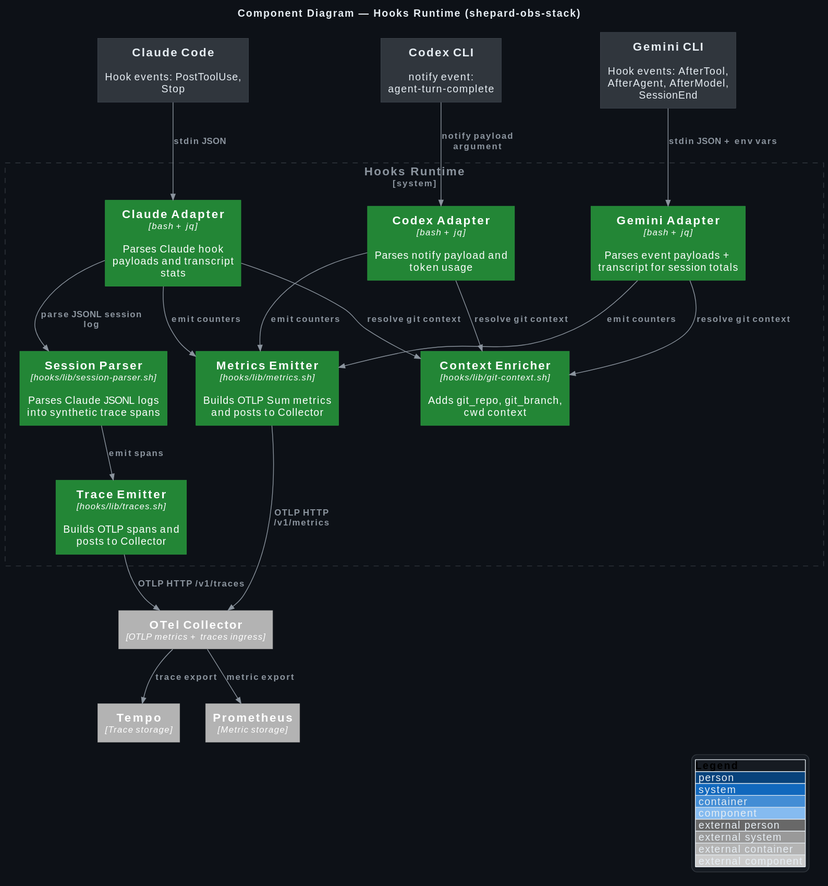
shepard-system/shepard-obs-stack keeps this PlantUML diagram as docs/c4/c3-hooks-components.svg. Above is the earlier version.
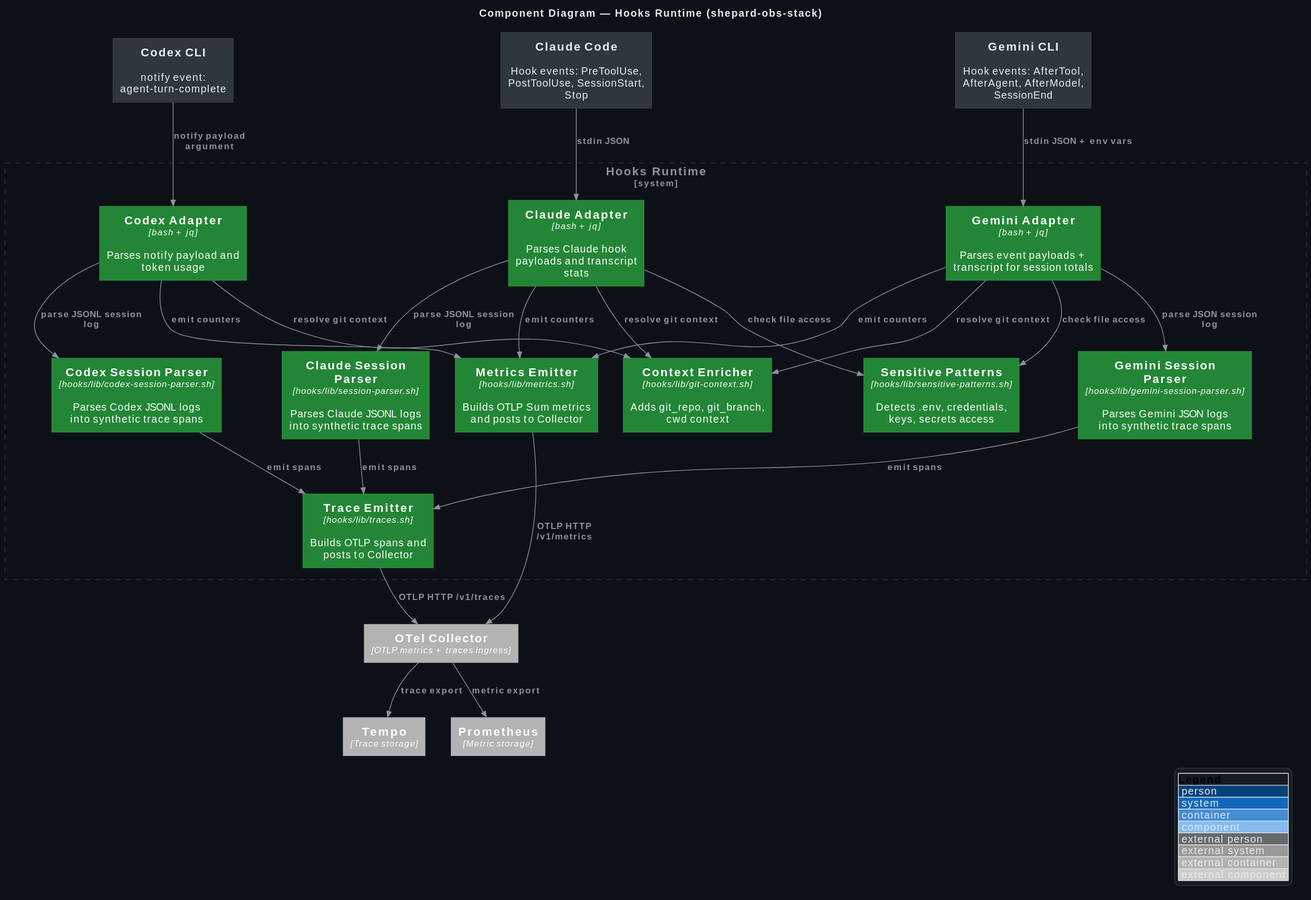
Above is the later version.

Commit message:
Update C3 hooks components diagram to include revisions for runtime adapters and enriched contexts

What changed in the source:
```diff
@@ -21,7 +21,7 @@
 
 title Component Diagram — Hooks Runtime (shepard-obs-stack)
 
-System_Ext(claude, "Claude Code", "Hook events: PostToolUse, Stop")
+System_Ext(claude, "Claude Code", "Hook events: PreToolUse, PostToolUse, SessionStart, Stop")
 System_Ext(codex, "Codex CLI", "notify event: agent-turn-complete")
 System_Ext(gemini, "Gemini CLI", "Hook events: AfterTool, AfterAgent, AfterModel, SessionEnd")
 
@@ -37,7 +37,10 @@
     Component(enricher, "Context Enricher", "hooks/lib/git-context.sh", "Adds git_repo, git_branch, cwd context")
     Component(emit_metrics, "Metrics Emitter", "hooks/lib/metrics.sh", "Builds OTLP Sum metrics and posts to Collector")
     Component(emit_traces, "Trace Emitter", "hooks/lib/traces.sh", "Builds OTLP spans and posts to Collector")
-    Component(session_parser, "Session Parser", "hooks/lib/session-parser.sh", "Parses Claude JSONL logs into synthetic trace spans")
+    Component(sensitive, "Sensitive Patterns", "hooks/lib/sensitive-patterns.sh", "Detects .env, credentials, keys, secrets access")
+    Component(session_parser_claude, "Claude Session Parser", "hooks/lib/session-parser.sh", "Parses Claude JSONL logs into synthetic trace spans")
+    Component(session_parser_codex, "Codex Session Parser", "hooks/lib/codex-session-parser.sh", "Parses Codex JSONL logs into synthetic trace spans")
+    Component(session_parser_gemini, "Gemini Session Parser", "hooks/lib/gemini-session-parser.sh", "Parses Gemini JSON logs into synthetic trace spans")
 }
 
 Rel(claude, adapter_claude, "stdin JSON")
@@ -48,12 +51,19 @@
 Rel(adapter_codex, enricher, "resolve git context")
 Rel(adapter_gemini, enricher, "resolve git context")
 
+Rel(adapter_claude, sensitive, "check file access")
+Rel(adapter_gemini, sensitive, "check file access")
+
 Rel(adapter_claude, emit_metrics, "emit counters")
 Rel(adapter_codex, emit_metrics, "emit counters")
 Rel(adapter_gemini, emit_metrics, "emit counters")
 
-Rel(adapter_claude, session_parser, "parse JSONL session log")
-Rel(session_parser, emit_traces, "emit spans")
+Rel(adapter_claude, session_parser_claude, "parse JSONL session log")
+Rel(adapter_codex, session_parser_codex, "parse JSONL session log")
+Rel(adapter_gemini, session_parser_gemini, "parse JSON session log")
+Rel(session_parser_claude, emit_traces, "emit spans")
+Rel(session_parser_codex, emit_traces, "emit spans")
+Rel(session_parser_gemini, emit_traces, "emit spans")
 
 Rel(emit_metrics, collector, "OTLP HTTP /v1/metrics")
 Rel(emit_traces, collector, "OTLP HTTP /v1/traces")
```
